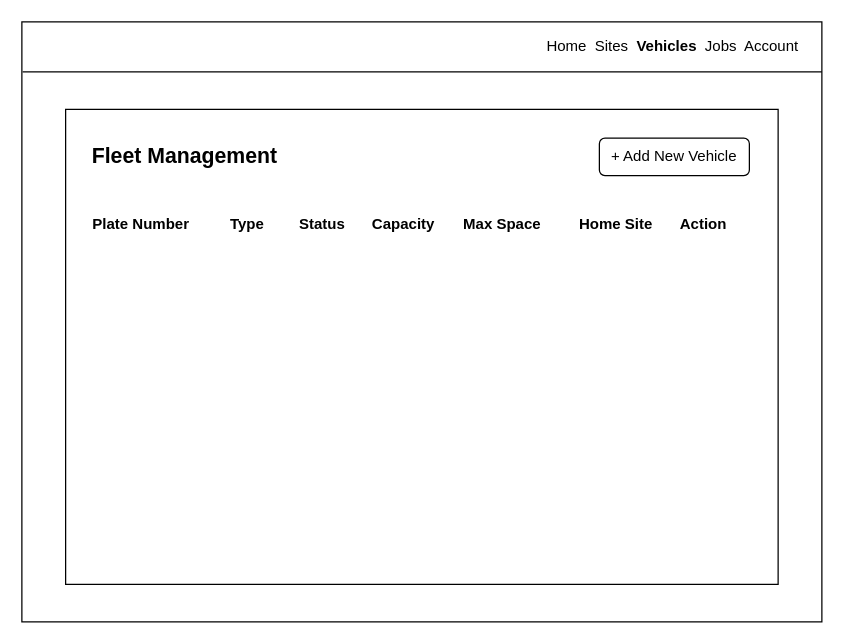
This is project-root/prototypes/Desktop/vehicles.drawio from quietpanda284/logistics_app, a draw.io file, before an edit. Source tidied: cells renumbered, new cells numbered last; positions are measured from the earlier drawing's top-left corner, leaving out a move shared by most shapes. Both pictures are drawn from the tidied source at 125%, with x=0, y=0 at pixel (21, 21).
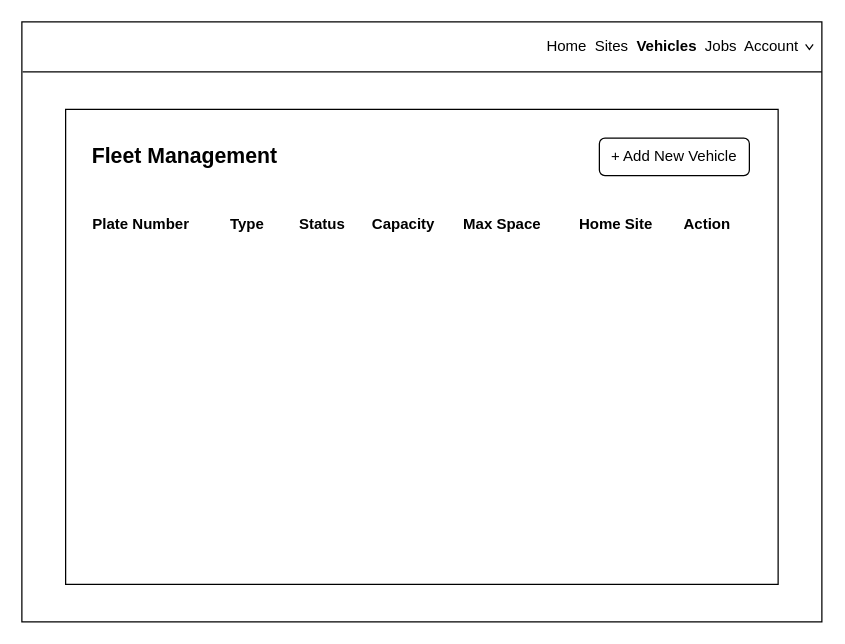
After the change.

Change to the diagram source:
```diff
@@
 <mxGraphModel>
   <root>
     <mxCell id="0" />
     <mxCell id="1" parent="0" />
     <mxCell id="2" style="rounded=0;whiteSpace=wrap;html=1;" parent="1" vertex="1">
       <mxGeometry width="640" height="480" as="geometry" />
     </mxCell>
     <mxCell id="3" style="endArrow=none;html=1;entryX=0.999;entryY=0.125;entryDx=0;entryDy=0;entryPerimeter=0;" parent="1" edge="1">
       <mxGeometry relative="1" as="geometry">
         <mxPoint x="0.6" y="40" as="sourcePoint" />
         <mxPoint x="640" y="40" as="targetPoint" />
       </mxGeometry>
     </mxCell>
     <mxCell id="4" value="Home&amp;nbsp; Sites&amp;nbsp; &lt;b&gt;Vehicles&lt;/b&gt;&amp;nbsp; Jobs&amp;nbsp; Account&amp;nbsp;" style="text;html=1;align=center;verticalAlign=middle;strokeColor=none;fillColor=none;" parent="1" vertex="1">
       <mxGeometry x="407" y="5" width="230" height="30" as="geometry" />
     </mxCell>
     <mxCell id="5" style="rounded=0;whiteSpace=wrap;html=1;" parent="1" vertex="1">
       <mxGeometry x="35" y="70" width="570" height="380" as="geometry" />
     </mxCell>
     <mxCell id="6" value="Fleet Management" style="text;html=1;align=center;verticalAlign=middle;strokeColor=none;fillColor=none;fontSize=17;fontStyle=1;" parent="1" vertex="1">
       <mxGeometry x="45" y="93" width="170" height="30" as="geometry" />
     </mxCell>
     <mxCell id="7" value="Plate Number" style="text;html=1;align=center;verticalAlign=middle;strokeColor=none;fillColor=none;fontStyle=1;" parent="1" vertex="1">
       <mxGeometry x="45" y="147" width="100" height="30" as="geometry" />
     </mxCell>
     <mxCell id="8" value="Type" style="text;html=1;align=center;verticalAlign=middle;strokeColor=none;fillColor=none;fontStyle=1;" parent="1" vertex="1">
       <mxGeometry x="155" y="147" width="50" height="30" as="geometry" />
     </mxCell>
     <mxCell id="9" value="Status" style="text;html=1;align=center;verticalAlign=middle;strokeColor=none;fillColor=none;fontStyle=1;" parent="1" vertex="1">
       <mxGeometry x="210" y="147" width="60" height="30" as="geometry" />
     </mxCell>
     <mxCell id="10" value="Capacity" style="text;html=1;align=center;verticalAlign=middle;strokeColor=none;fillColor=none;fontStyle=1;" parent="1" vertex="1">
       <mxGeometry x="270" y="147" width="70" height="30" as="geometry" />
     </mxCell>
     <mxCell id="11" value="Max Space" style="text;html=1;align=center;verticalAlign=middle;strokeColor=none;fillColor=none;fontStyle=1;" parent="1" vertex="1">
       <mxGeometry x="344" y="147" width="80" height="30" as="geometry" />
     </mxCell>
     <mxCell id="12" value="Home Site" style="text;html=1;align=center;verticalAlign=middle;strokeColor=none;fillColor=none;fontStyle=1;" parent="1" vertex="1">
       <mxGeometry x="435" y="147" width="80" height="30" as="geometry" />
     </mxCell>
     <mxCell id="13" value="Action" style="text;html=1;align=center;verticalAlign=middle;strokeColor=none;fillColor=none;fontStyle=1;" parent="1" vertex="1">
-      <mxGeometry x="515" y="147" width="60" height="30" as="geometry" />
+      <mxGeometry x="518" y="147" width="60" height="30" as="geometry" />
     </mxCell>
     <mxCell id="14" value="+ Add New Vehicle" style="rounded=1;whiteSpace=wrap;html=1;" parent="1" vertex="1">
       <mxGeometry x="462" y="93" width="120" height="30" as="geometry" />
     </mxCell>
+    <mxCell id="15" style="html=1;verticalLabelPosition=bottom;labelBackgroundColor=#ffffff;verticalAlign=top;shadow=0;dashed=0;strokeWidth=1;shape=mxgraph.ios7.misc.down;strokeColor=default;" parent="1" vertex="1">
+      <mxGeometry x="627" y="18" width="6" height="4" as="geometry" />
+    </mxCell>
   </root>
 </mxGraphModel>
```
